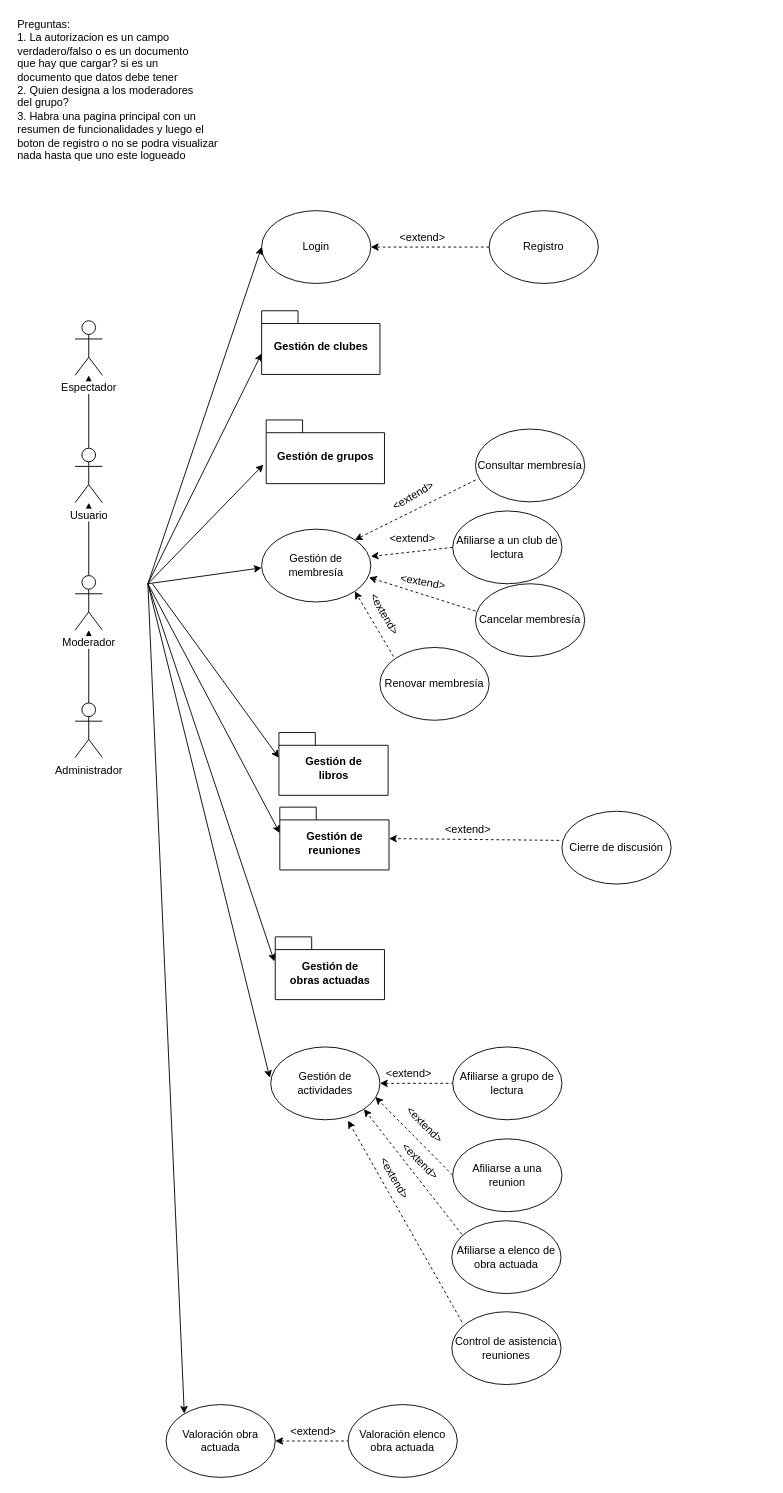
Earlier version of the draw.io diagram DB I/RC UC.drawio (NeutronBlast/IS-Ex). Source tidied: cells renumbered, new cells numbered last; positions are measured from the earlier drawing's top-left corner, leaving out a move shared by most shapes. Both pictures are drawn from the tidied source at 91%, with x=0, y=0 at pixel (15, 15).
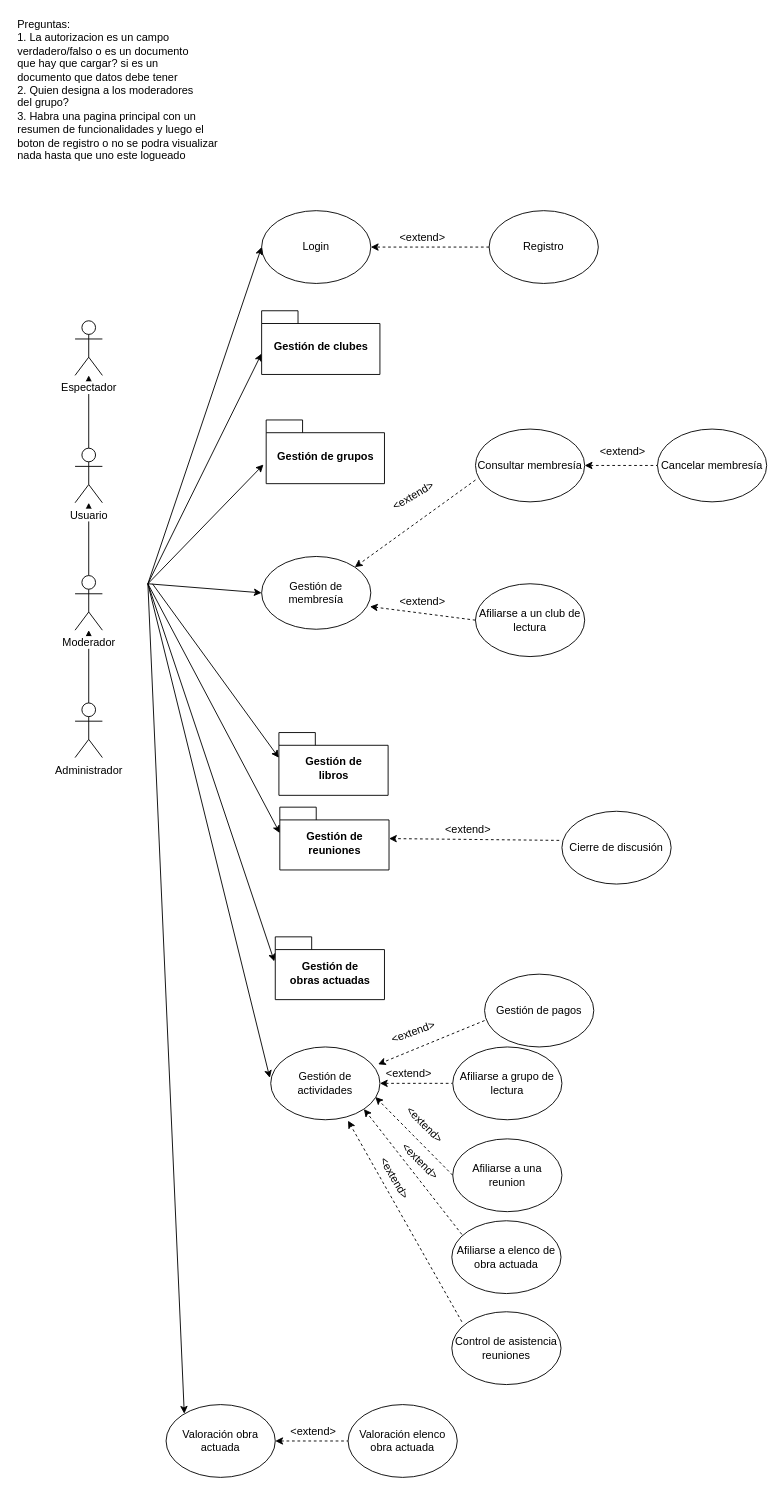
Above is the later version.

Unchanged cells that the change refers to:
```xml
<mxCell id="14" value="Gestión de actividades" style="ellipse;whiteSpace=wrap;html=1;" parent="1" vertex="1">
  <mxGeometry x="280" y="1133" width="120" height="80" as="geometry" />
</mxCell>
<mxCell id="42" value="Consultar membresía" style="ellipse;whiteSpace=wrap;html=1;" parent="1" vertex="1">
  <mxGeometry x="505" y="454" width="120" height="80" as="geometry" />
</mxCell>
```

The edit, as a diff of the source:
```diff
@@
     <mxCell id="10" value="Afiliarse a un club de lectura" style="ellipse;whiteSpace=wrap;html=1;" parent="1" vertex="1">
-      <mxGeometry x="480" y="544" width="120" height="80" as="geometry" />
+      <mxGeometry x="505" y="624" width="120" height="80" as="geometry" />
     </mxCell>
-    <mxCell id="11" value="Cancelar membresía" style="ellipse;whiteSpace=wrap;html=1;" parent="1" vertex="1">
-      <mxGeometry x="505" y="624" width="120" height="80" as="geometry" />
-    </mxCell>
@@
-    <mxCell id="25" style="endArrow=classic;html=1;exitX=0;exitY=0.5;exitDx=0;exitDy=0;entryX=1;entryY=0.375;entryDx=0;entryDy=0;entryPerimeter=0;dashed=1;" parent="1" edge="1" source="10">
-      <mxGeometry relative="1" as="geometry">
-        <mxPoint x="390" y="594" as="targetPoint" />
-      </mxGeometry>
+    <mxCell id="25" style="endArrow=classic;html=1;exitX=0;exitY=0.5;exitDx=0;exitDy=0;entryX=0.992;entryY=0.688;entryDx=0;entryDy=0;entryPerimeter=0;dashed=1;" parent="1" edge="1" source="10" target="39">
+      <mxGeometry relative="1" as="geometry" />
     </mxCell>
-    <mxCell id="26" style="endArrow=classic;html=1;exitX=0;exitY=0.375;exitDx=0;exitDy=0;dashed=1;exitPerimeter=0;entryX=0.983;entryY=0.663;entryDx=0;entryDy=0;entryPerimeter=0;" parent="1" edge="1" source="11">
-      <mxGeometry relative="1" as="geometry">
-        <mxPoint x="388" y="617" as="targetPoint" />
-      </mxGeometry>
-    </mxCell>
@@
-    <mxCell id="29" value="&amp;lt;extend&amp;gt;" style="text;html=1;align=left;verticalAlign=top;spacingTop=-4;" parent="1" vertex="1">
-      <mxGeometry x="409" y="565" width="70" height="20" as="geometry" />
+    <mxCell id="29" value="&amp;lt;extend&amp;gt;" style="text;html=1;align=left;verticalAlign=top;spacingTop=-4;rotation=0;" parent="1" vertex="1">
+      <mxGeometry x="420" y="634" width="70" height="20" as="geometry" />
     </mxCell>
-    <mxCell id="30" value="&amp;lt;extend&amp;gt;" style="text;html=1;align=left;verticalAlign=top;spacingTop=-4;rotation=10;" parent="1" vertex="1">
-      <mxGeometry x="420" y="614" width="70" height="20" as="geometry" />
+    <mxCell id="30" value="&amp;lt;extend&amp;gt;" style="text;html=1;align=left;verticalAlign=top;spacingTop=-4;rotation=0;" parent="1" vertex="1">
+      <mxGeometry x="640" y="469" width="70" height="20" as="geometry" />
     </mxCell>
@@
-    <mxCell id="38" style="endArrow=classic;html=1;entryX=0;entryY=0;entryDx=0;entryDy=41.5;entryPerimeter=0;" parent="1" edge="1">
+    <mxCell id="38" style="endArrow=classic;html=1;entryX=0;entryY=0.5;entryDx=0;entryDy=0;" parent="1" edge="1" target="39">
       <mxGeometry relative="1" as="geometry">
         <mxPoint x="145" y="624" as="sourcePoint" />
-        <mxPoint x="270" y="606.5" as="targetPoint" />
       </mxGeometry>
     </mxCell>
     <mxCell id="39" value="Gestión de membresía" style="ellipse;whiteSpace=wrap;html=1;" parent="1" vertex="1">
-      <mxGeometry x="270" y="564" width="120" height="80" as="geometry" />
+      <mxGeometry x="270" y="594" width="120" height="80" as="geometry" />
     </mxCell>
-    <mxCell id="40" style="endArrow=classic;html=1;entryX=1;entryY=1;entryDx=0;entryDy=0;dashed=1;" parent="1" edge="1" target="39">
-      <mxGeometry relative="1" as="geometry">
-        <mxPoint x="415" y="704" as="sourcePoint" />
-      </mxGeometry>
-    </mxCell>
-    <mxCell id="41" value="Renovar membresía" style="ellipse;whiteSpace=wrap;html=1;" parent="1" vertex="1">
-      <mxGeometry x="400" y="694" width="120" height="80" as="geometry" />
-    </mxCell>
+    <mxCell id="61" style="edgeStyle=orthogonalEdgeStyle;rounded=0;jettySize=auto;html=1;endArrow=none;endFill=0;startArrow=classic;startFill=1;dashed=1;" parent="1" edge="1" source="42" target="11">
+      <mxGeometry relative="1" as="geometry" />
+    </mxCell>
@@
+    <mxCell id="11" value="Cancelar membresía" style="ellipse;whiteSpace=wrap;html=1;" parent="1" vertex="1">
+      <mxGeometry x="705" y="454" width="120" height="80" as="geometry" />
+    </mxCell>
@@
-    <mxCell id="45" value="&amp;lt;extend&amp;gt;" style="text;html=1;align=left;verticalAlign=top;spacingTop=-4;rotation=60;" parent="1" vertex="1">
-      <mxGeometry x="374" y="654" width="70" height="20" as="geometry" />
-    </mxCell>
@@
+    <mxCell id="62" style="endArrow=classic;html=1;dashed=1;entryX=0.983;entryY=0.238;entryDx=0;entryDy=0;entryPerimeter=0;" parent="1" edge="1" target="14">
+      <mxGeometry relative="1" as="geometry">
+        <mxPoint x="515" y="1104" as="sourcePoint" />
+      </mxGeometry>
+    </mxCell>
+    <mxCell id="45" value="&amp;lt;extend&amp;gt;" style="text;html=1;align=left;verticalAlign=top;spacingTop=-4;rotation=-20;" parent="1" vertex="1">
+      <mxGeometry x="409" y="1104" width="70" height="20" as="geometry" />
+    </mxCell>
+    <mxCell id="63" value="Gestión de pagos" style="ellipse;whiteSpace=wrap;html=1;" parent="1" vertex="1">
+      <mxGeometry x="515" y="1053" width="120" height="80" as="geometry" />
+    </mxCell>
```
